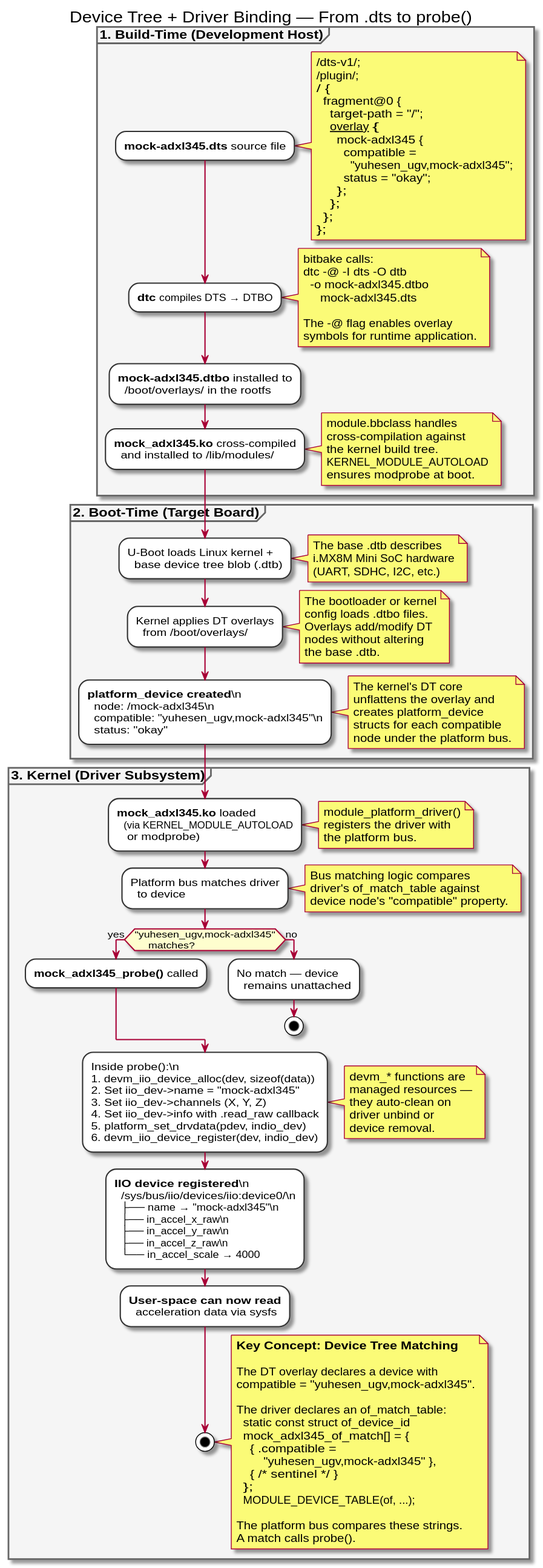
This is public/diagrams/device_tree_binding.svg from rvxfahim/yocto-tutorial, a PlantUML export, as it was before one commit. Its diagram source:
```plantuml
@startuml


skinparam activity {
  BackgroundColor #FFFFFF
  BorderColor #333333
  FontSize 12
}

skinparam partition {
  BackgroundColor #F5F5F5
  BorderColor #666666
  FontSize 14
  FontStyle bold
}

title Device Tree + Driver Binding — From .dts to probe()

partition "1. Build-Time (Development Host)" #A9DCDF {

  :**mock-adxl345.dts** source file;
  note right
    /dts-v1/;
    /plugin/;
    / {
      fragment@0 {
        target-path = "/";
        __overlay__ {
          mock-adxl345 {
            compatible =
              "yuhesen_ugv,mock-adxl345";
            status = "okay";
          };
        };
      };
    };
  end note

  :**dtc** compiles DTS → DTBO;
  note right
    bitbake calls:
    dtc -@ -I dts -O dtb
      -o mock-adxl345.dtbo
         mock-adxl345.dts

    The -@ flag enables overlay
    symbols for runtime application.
  end note

  :**mock-adxl345.dtbo** installed to
    /boot/overlays/ in the rootfs;

  :**mock_adxl345.ko** cross-compiled
    and installed to /lib/modules/;
  note right
    module.bbclass handles
    cross-compilation against
    the kernel build tree.
    KERNEL_MODULE_AUTOLOAD
    ensures modprobe at boot.
  end note
}

partition "2. Boot-Time (Target Board)" #FEF0D9 {

  :U-Boot loads Linux kernel +
    base device tree blob (.dtb);
  note right
    The base .dtb describes
    i.MX8M Mini SoC hardware
    (UART, SDHC, I2C, etc.)
  end note

  :Kernel applies DT overlays
    from /boot/overlays/;
  note right
    The bootloader or kernel
    config loads .dtbo files.
    Overlays add/modify DT
    nodes without altering
    the base .dtb.
  end note

  :**platform_device created**\n
    node: /mock-adxl345\n
    compatible: "yuhesen_ugv,mock-adxl345"\n
    status: "okay";
  note right
    The kernel's DT core
    unflattens the overlay and
    creates platform_device
    structs for each compatible
    node under the platform bus.
  end note
}

partition "3. Kernel (Driver Subsystem)" #F8CECC {

  :**mock_adxl345.ko** loaded
    (via KERNEL_MODULE_AUTOLOAD
     or modprobe);
  note right
    module_platform_driver()
    registers the driver with
    the platform bus.
  end note

  :Platform bus matches driver
    to device;
  note right
    Bus matching logic compares
    driver's of_match_table against
    device node's "compatible" property.
  end note

  if ("yuhesen_ugv,mock-adxl345"\n    matches?) then (yes)
    :**mock_adxl345_probe()** called;
  else (no)
    :No match — device
      remains unattached;
    stop
  endif

  :Inside probe():\n
  1. devm_iio_device_alloc(dev, sizeof(data))
  2. Set iio_dev->name = "mock-adxl345"
  3. Set iio_dev->channels (X, Y, Z)
  4. Set iio_dev->info with .read_raw callback
  5. platform_set_drvdata(pdev, indio_dev)
  6. devm_iio_device_register(dev, indio_dev);

  note right
    devm_* functions are
    managed resources —
    they auto-clean on
    driver unbind or
    device removal.
  end note

  :**IIO device registered**\n
    /sys/bus/iio/devices/iio:device0/\n
    ├── name → "mock-adxl345"\n
    ├── in_accel_x_raw\n
    ├── in_accel_y_raw\n
    ├── in_accel_z_raw\n
    └── in_accel_scale → 4000;

  :**User-space can now read**
    acceleration data via sysfs;

  stop
}

note right
  **Key Concept: Device Tree Matching**

  The DT overlay declares a device with
  compatible = "yuhesen_ugv,mock-adxl345".

  The driver declares an of_match_table:
    static const struct of_device_id
    mock_adxl345_of_match[] = {
      { .compatible =
          "yuhesen_ugv,mock-adxl345" },
      { /* sentinel */ }
    };
    MODULE_DEVICE_TABLE(of, ...);

  The platform bus compares these strings.
  A match calls probe().
end note

@enduml
```
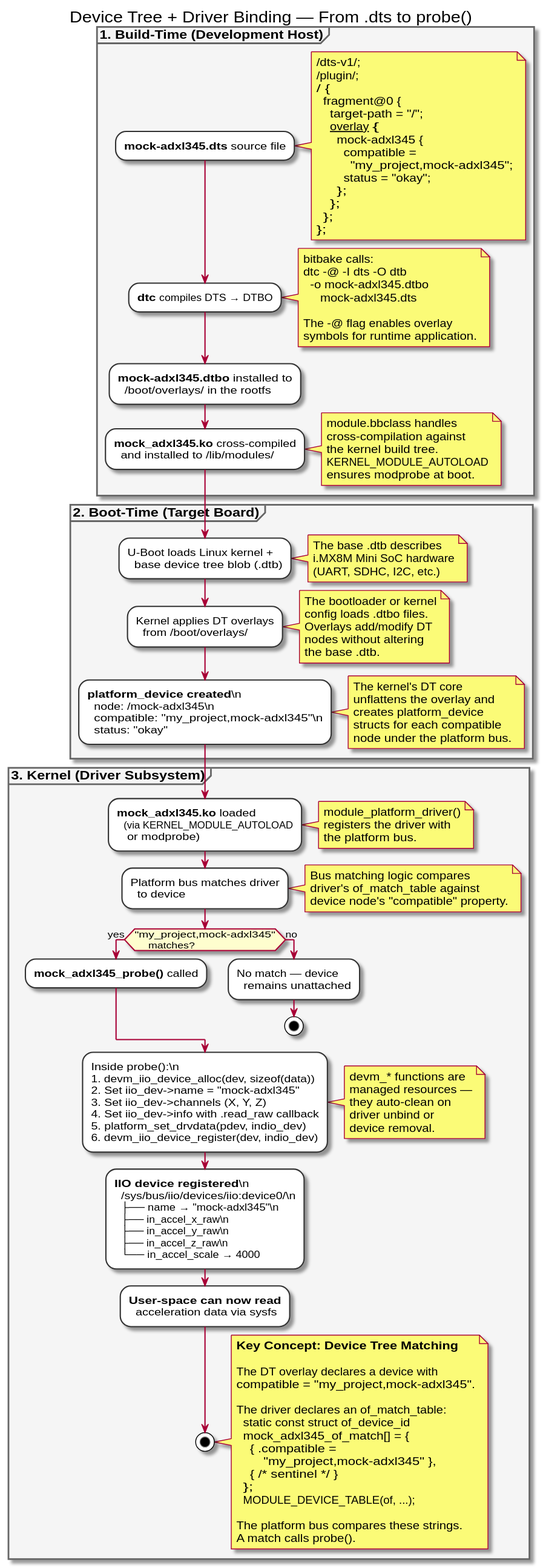
After the change.

What changed in the source:
```diff
@@ -28,7 +28,7 @@
         __overlay__ {
           mock-adxl345 {
             compatible =
-              "yuhesen_ugv,mock-adxl345";
+              "my_project,mock-adxl345";
             status = "okay";
           };
         };
@@ -83,7 +83,7 @@
 
   :**platform_device created**\n
     node: /mock-adxl345\n
-    compatible: "yuhesen_ugv,mock-adxl345"\n
+    compatible: "my_project,mock-adxl345"\n
     status: "okay";
   note right
     The kernel's DT core
@@ -113,7 +113,7 @@
     device node's "compatible" property.
   end note
 
-  if ("yuhesen_ugv,mock-adxl345"\n    matches?) then (yes)
+  if ("my_project,mock-adxl345"\n    matches?) then (yes)
     :**mock_adxl345_probe()** called;
   else (no)
     :No match — device
@@ -155,13 +155,13 @@
   **Key Concept: Device Tree Matching**
 
   The DT overlay declares a device with
-  compatible = "yuhesen_ugv,mock-adxl345".
+  compatible = "my_project,mock-adxl345".
 
   The driver declares an of_match_table:
     static const struct of_device_id
     mock_adxl345_of_match[] = {
       { .compatible =
-          "yuhesen_ugv,mock-adxl345" },
+          "my_project,mock-adxl345" },
       { /* sentinel */ }
     };
     MODULE_DEVICE_TABLE(of, ...);
```
